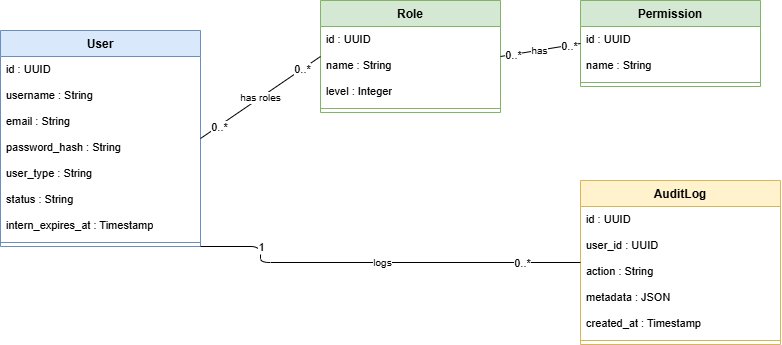
This is images/diagrams/class_s1.png from AsmaDaoussi/report, a draw.io export, as it was before one commit. Source tidied: cells renumbered, new cells last; positions are measured from the earlier drawing's top-left corner, leaving out a move shared by most shapes. Its diagram source:
```xml
<mxGraphModel>
  <root>
    <mxCell id="0" />
    <mxCell id="1" parent="0" />
    <mxCell id="2" value="User" style="swimlane;fontStyle=1;align=center;verticalAlign=top;horizontal=1;startSize=26;fillColor=#dae8fc;strokeColor=#6c8ebf;whiteSpace=wrap;html=1;" parent="1" vertex="1">
      <mxGeometry y="30" width="200" height="216" as="geometry" />
    </mxCell>
    <mxCell id="3" value="id : UUID" style="text;strokeColor=none;fillColor=none;align=left;verticalAlign=top;spacingLeft=4;spacingRight=4;overflow=hidden;whiteSpace=wrap;html=1;fontSize=11;" parent="2" vertex="1">
      <mxGeometry y="26" width="200" height="26" as="geometry" />
    </mxCell>
    <mxCell id="4" value="username : String" style="text;strokeColor=none;fillColor=none;align=left;verticalAlign=top;spacingLeft=4;spacingRight=4;overflow=hidden;whiteSpace=wrap;html=1;fontSize=11;" parent="2" vertex="1">
      <mxGeometry y="52" width="200" height="26" as="geometry" />
    </mxCell>
    <mxCell id="5" value="email : String" style="text;strokeColor=none;fillColor=none;align=left;verticalAlign=top;spacingLeft=4;spacingRight=4;overflow=hidden;whiteSpace=wrap;html=1;fontSize=11;" parent="2" vertex="1">
      <mxGeometry y="78" width="200" height="26" as="geometry" />
    </mxCell>
    <mxCell id="6" value="password_hash : String" style="text;strokeColor=none;fillColor=none;align=left;verticalAlign=top;spacingLeft=4;spacingRight=4;overflow=hidden;whiteSpace=wrap;html=1;fontSize=11;" parent="2" vertex="1">
      <mxGeometry y="104" width="200" height="26" as="geometry" />
    </mxCell>
    <mxCell id="7" value="user_type : String" style="text;strokeColor=none;fillColor=none;align=left;verticalAlign=top;spacingLeft=4;spacingRight=4;overflow=hidden;whiteSpace=wrap;html=1;fontSize=11;" parent="2" vertex="1">
      <mxGeometry y="130" width="200" height="26" as="geometry" />
    </mxCell>
    <mxCell id="8" value="status : String" style="text;strokeColor=none;fillColor=none;align=left;verticalAlign=top;spacingLeft=4;spacingRight=4;overflow=hidden;whiteSpace=wrap;html=1;fontSize=11;" parent="2" vertex="1">
      <mxGeometry y="156" width="200" height="26" as="geometry" />
    </mxCell>
    <mxCell id="9" value="intern_expires_at : Timestamp" style="text;strokeColor=none;fillColor=none;align=left;verticalAlign=top;spacingLeft=4;spacingRight=4;overflow=hidden;points=[[0,0.5],[1,0.5]];portConstraint=eastwest;whiteSpace=wrap;html=1;fontSize=11;" parent="2" vertex="1">
      <mxGeometry y="182" width="200" height="26" as="geometry" />
    </mxCell>
    <mxCell id="10" style="line;strokeWidth=1;fillColor=none;align=left;verticalAlign=middle;spacingTop=-1;spacingLeft=3;spacingRight=3;labelPosition=right;strokeColor=inherit;" parent="2" vertex="1">
      <mxGeometry y="208" width="200" height="8" as="geometry" />
    </mxCell>
    <mxCell id="11" value="Role" style="swimlane;fontStyle=1;align=center;verticalAlign=top;horizontal=1;startSize=26;fillColor=#d5e8d4;strokeColor=#82b366;whiteSpace=wrap;html=1;" parent="1" vertex="1">
      <mxGeometry x="320" width="180" height="112" as="geometry" />
    </mxCell>
    <mxCell id="12" value="id : UUID" style="text;strokeColor=none;fillColor=none;align=left;verticalAlign=top;spacingLeft=4;spacingRight=4;overflow=hidden;whiteSpace=wrap;html=1;fontSize=11;" parent="11" vertex="1">
      <mxGeometry y="26" width="180" height="26" as="geometry" />
    </mxCell>
    <mxCell id="13" value="name : String" style="text;strokeColor=none;fillColor=none;align=left;verticalAlign=top;spacingLeft=4;spacingRight=4;overflow=hidden;whiteSpace=wrap;html=1;fontSize=11;" parent="11" vertex="1">
      <mxGeometry y="52" width="180" height="26" as="geometry" />
    </mxCell>
    <mxCell id="14" value="level : Integer" style="text;strokeColor=none;fillColor=none;align=left;verticalAlign=top;spacingLeft=4;spacingRight=4;overflow=hidden;whiteSpace=wrap;html=1;fontSize=11;" parent="11" vertex="1">
      <mxGeometry y="78" width="180" height="26" as="geometry" />
    </mxCell>
    <mxCell id="15" style="line;strokeWidth=1;fillColor=none;align=left;verticalAlign=middle;spacingTop=-1;spacingLeft=3;spacingRight=3;labelPosition=right;strokeColor=inherit;" parent="11" vertex="1">
      <mxGeometry y="104" width="180" height="8" as="geometry" />
    </mxCell>
    <mxCell id="16" value="Permission" style="swimlane;fontStyle=1;align=center;verticalAlign=top;horizontal=1;startSize=26;fillColor=#d5e8d4;strokeColor=#82b366;whiteSpace=wrap;html=1;" parent="1" vertex="1">
      <mxGeometry x="580" width="180" height="86" as="geometry" />
    </mxCell>
    <mxCell id="17" value="id : UUID" style="text;strokeColor=none;fillColor=none;align=left;verticalAlign=top;spacingLeft=4;spacingRight=4;overflow=hidden;whiteSpace=wrap;html=1;fontSize=11;" parent="16" vertex="1">
      <mxGeometry y="26" width="180" height="26" as="geometry" />
    </mxCell>
    <mxCell id="18" value="name : String" style="text;strokeColor=none;fillColor=none;align=left;verticalAlign=top;spacingLeft=4;spacingRight=4;overflow=hidden;whiteSpace=wrap;html=1;fontSize=11;" parent="16" vertex="1">
      <mxGeometry y="52" width="180" height="26" as="geometry" />
    </mxCell>
    <mxCell id="19" style="line;strokeWidth=1;fillColor=none;align=left;verticalAlign=middle;spacingTop=-1;spacingLeft=3;spacingRight=3;labelPosition=right;strokeColor=inherit;" parent="16" vertex="1">
      <mxGeometry y="78" width="180" height="8" as="geometry" />
    </mxCell>
    <mxCell id="20" value="AuditLog" style="swimlane;fontStyle=1;align=center;verticalAlign=top;horizontal=1;startSize=26;fillColor=#fff2cc;strokeColor=#d6b656;whiteSpace=wrap;html=1;" parent="1" vertex="1">
      <mxGeometry x="580" y="180" width="200" height="164" as="geometry" />
    </mxCell>
    <mxCell id="21" value="id : UUID" style="text;strokeColor=none;fillColor=none;align=left;verticalAlign=top;spacingLeft=4;spacingRight=4;overflow=hidden;whiteSpace=wrap;html=1;fontSize=11;" parent="20" vertex="1">
      <mxGeometry y="26" width="200" height="26" as="geometry" />
    </mxCell>
    <mxCell id="22" value="user_id : UUID" style="text;strokeColor=none;fillColor=none;align=left;verticalAlign=top;spacingLeft=4;spacingRight=4;overflow=hidden;whiteSpace=wrap;html=1;fontSize=11;" parent="20" vertex="1">
      <mxGeometry y="52" width="200" height="26" as="geometry" />
    </mxCell>
    <mxCell id="23" value="action : String" style="text;strokeColor=none;fillColor=none;align=left;verticalAlign=top;spacingLeft=4;spacingRight=4;overflow=hidden;whiteSpace=wrap;html=1;fontSize=11;" parent="20" vertex="1">
      <mxGeometry y="78" width="200" height="26" as="geometry" />
    </mxCell>
    <mxCell id="24" value="metadata : JSON" style="text;strokeColor=none;fillColor=none;align=left;verticalAlign=top;spacingLeft=4;spacingRight=4;overflow=hidden;whiteSpace=wrap;html=1;fontSize=11;" parent="20" vertex="1">
      <mxGeometry y="104" width="200" height="26" as="geometry" />
    </mxCell>
    <mxCell id="25" value="created_at : Timestamp" style="text;strokeColor=none;fillColor=none;align=left;verticalAlign=top;spacingLeft=4;spacingRight=4;overflow=hidden;whiteSpace=wrap;html=1;fontSize=11;" parent="20" vertex="1">
      <mxGeometry y="130" width="200" height="26" as="geometry" />
    </mxCell>
    <mxCell id="26" style="line;strokeWidth=1;fillColor=none;align=left;verticalAlign=middle;spacingTop=-1;spacingLeft=3;spacingRight=3;labelPosition=right;strokeColor=inherit;" parent="20" vertex="1">
      <mxGeometry y="156" width="200" height="8" as="geometry" />
    </mxCell>
    <mxCell id="27" value="has roles" style="endArrow=none;startArrow=none;html=1;fontSize=10;exitX=1;exitY=0.5;entryX=0;entryY=0.5;" parent="1" edge="1" source="2" target="11">
      <mxGeometry relative="1" as="geometry" />
    </mxCell>
    <mxCell id="28" value="0..*" style="edgeLabel;html=1;align=center;verticalAlign=middle;fontSize=11;" parent="27" vertex="1">
      <mxGeometry x="-0.7" relative="1" as="geometry" />
    </mxCell>
    <mxCell id="29" value="0..*" style="edgeLabel;html=1;align=center;verticalAlign=middle;fontSize=11;" parent="27" vertex="1">
      <mxGeometry x="0.7" relative="1" as="geometry" />
    </mxCell>
    <mxCell id="30" value="has" style="endArrow=none;startArrow=none;html=1;fontSize=10;exitX=1;exitY=0.5;entryX=0;entryY=0.5;" parent="1" edge="1" source="11" target="16">
      <mxGeometry relative="1" as="geometry" />
    </mxCell>
    <mxCell id="31" value="0..*" style="edgeLabel;html=1;align=center;verticalAlign=middle;fontSize=11;" parent="30" vertex="1">
      <mxGeometry x="-0.7" relative="1" as="geometry" />
    </mxCell>
    <mxCell id="32" value="0..*" style="edgeLabel;html=1;align=center;verticalAlign=middle;fontSize=11;" parent="30" vertex="1">
      <mxGeometry x="0.7" relative="1" as="geometry" />
    </mxCell>
    <mxCell id="33" value="logs" style="endArrow=none;startArrow=none;html=1;fontSize=10;exitX=1;exitY=1;entryX=0;entryY=0.5;" parent="1" edge="1" source="2" target="20">
      <mxGeometry relative="1" as="geometry">
        <Array as="points">
          <mxPoint x="260" y="246" />
          <mxPoint x="260" y="262" />
        </Array>
      </mxGeometry>
    </mxCell>
    <mxCell id="34" value="1" style="edgeLabel;html=1;align=center;verticalAlign=middle;fontSize=11;" parent="33" vertex="1">
      <mxGeometry x="-0.7" relative="1" as="geometry" />
    </mxCell>
    <mxCell id="35" value="0..*" style="edgeLabel;html=1;align=center;verticalAlign=middle;fontSize=11;" parent="33" vertex="1">
      <mxGeometry x="0.7" relative="1" as="geometry" />
    </mxCell>
  </root>
</mxGraphModel>
```
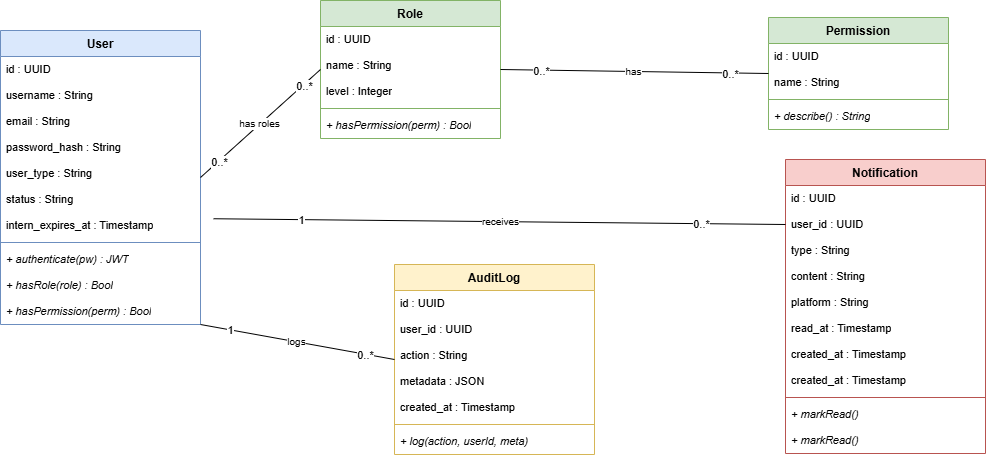
Above is the later version.

Diff of the diagram source:
```diff
@@ -3,7 +3,7 @@
     <mxCell id="0" />
     <mxCell id="1" parent="0" />
     <mxCell id="2" value="User" style="swimlane;fontStyle=1;align=center;verticalAlign=top;horizontal=1;startSize=26;fillColor=#dae8fc;strokeColor=#6c8ebf;whiteSpace=wrap;html=1;" parent="1" vertex="1">
-      <mxGeometry y="30" width="200" height="216" as="geometry" />
+      <mxGeometry y="30" width="200" height="294" as="geometry" />
     </mxCell>
     <mxCell id="3" value="id : UUID" style="text;strokeColor=none;fillColor=none;align=left;verticalAlign=top;spacingLeft=4;spacingRight=4;overflow=hidden;whiteSpace=wrap;html=1;fontSize=11;" parent="2" vertex="1">
       <mxGeometry y="26" width="200" height="26" as="geometry" />
@@ -29,8 +29,17 @@
     <mxCell id="10" style="line;strokeWidth=1;fillColor=none;align=left;verticalAlign=middle;spacingTop=-1;spacingLeft=3;spacingRight=3;labelPosition=right;strokeColor=inherit;" parent="2" vertex="1">
       <mxGeometry y="208" width="200" height="8" as="geometry" />
     </mxCell>
+    <mxCell id="36" value="+ authenticate(pw) : JWT" style="text;strokeColor=none;fillColor=none;align=left;verticalAlign=top;spacingLeft=4;spacingRight=4;overflow=hidden;whiteSpace=wrap;html=1;fontSize=11;fontStyle=2;" parent="2" vertex="1">
+      <mxGeometry y="216" width="200" height="26" as="geometry" />
+    </mxCell>
+    <mxCell id="37" value="+ hasRole(role) : Bool" style="text;strokeColor=none;fillColor=none;align=left;verticalAlign=top;spacingLeft=4;spacingRight=4;overflow=hidden;whiteSpace=wrap;html=1;fontSize=11;fontStyle=2;" parent="2" vertex="1">
+      <mxGeometry y="242" width="200" height="26" as="geometry" />
+    </mxCell>
+    <mxCell id="38" value="+ hasPermission(perm) : Bool" style="text;strokeColor=none;fillColor=none;align=left;verticalAlign=top;spacingLeft=4;spacingRight=4;overflow=hidden;whiteSpace=wrap;html=1;fontSize=11;fontStyle=2;" parent="2" vertex="1">
+      <mxGeometry y="268" width="200" height="26" as="geometry" />
+    </mxCell>
     <mxCell id="11" value="Role" style="swimlane;fontStyle=1;align=center;verticalAlign=top;horizontal=1;startSize=26;fillColor=#d5e8d4;strokeColor=#82b366;whiteSpace=wrap;html=1;" parent="1" vertex="1">
-      <mxGeometry x="320" width="180" height="112" as="geometry" />
+      <mxGeometry x="320" width="180" height="138" as="geometry" />
     </mxCell>
     <mxCell id="12" value="id : UUID" style="text;strokeColor=none;fillColor=none;align=left;verticalAlign=top;spacingLeft=4;spacingRight=4;overflow=hidden;whiteSpace=wrap;html=1;fontSize=11;" parent="11" vertex="1">
       <mxGeometry y="26" width="180" height="26" as="geometry" />
@@ -44,8 +53,11 @@
     <mxCell id="15" style="line;strokeWidth=1;fillColor=none;align=left;verticalAlign=middle;spacingTop=-1;spacingLeft=3;spacingRight=3;labelPosition=right;strokeColor=inherit;" parent="11" vertex="1">
       <mxGeometry y="104" width="180" height="8" as="geometry" />
     </mxCell>
+    <mxCell id="39" value="+ hasPermission(perm) : Bool" style="text;strokeColor=none;fillColor=none;align=left;verticalAlign=top;spacingLeft=4;spacingRight=4;overflow=hidden;whiteSpace=wrap;html=1;fontSize=11;fontStyle=2;" parent="11" vertex="1">
+      <mxGeometry y="112" width="180" height="26" as="geometry" />
+    </mxCell>
     <mxCell id="16" value="Permission" style="swimlane;fontStyle=1;align=center;verticalAlign=top;horizontal=1;startSize=26;fillColor=#d5e8d4;strokeColor=#82b366;whiteSpace=wrap;html=1;" parent="1" vertex="1">
-      <mxGeometry x="580" width="180" height="86" as="geometry" />
+      <mxGeometry x="768" y="17" width="180" height="112" as="geometry" />
     </mxCell>
     <mxCell id="17" value="id : UUID" style="text;strokeColor=none;fillColor=none;align=left;verticalAlign=top;spacingLeft=4;spacingRight=4;overflow=hidden;whiteSpace=wrap;html=1;fontSize=11;" parent="16" vertex="1">
       <mxGeometry y="26" width="180" height="26" as="geometry" />
@@ -56,8 +68,11 @@
     <mxCell id="19" style="line;strokeWidth=1;fillColor=none;align=left;verticalAlign=middle;spacingTop=-1;spacingLeft=3;spacingRight=3;labelPosition=right;strokeColor=inherit;" parent="16" vertex="1">
       <mxGeometry y="78" width="180" height="8" as="geometry" />
     </mxCell>
+    <mxCell id="40" value="+ describe() : String" style="text;strokeColor=none;fillColor=none;align=left;verticalAlign=top;spacingLeft=4;spacingRight=4;overflow=hidden;whiteSpace=wrap;html=1;fontSize=11;fontStyle=2;" parent="16" vertex="1">
+      <mxGeometry y="86" width="180" height="26" as="geometry" />
+    </mxCell>
     <mxCell id="20" value="AuditLog" style="swimlane;fontStyle=1;align=center;verticalAlign=top;horizontal=1;startSize=26;fillColor=#fff2cc;strokeColor=#d6b656;whiteSpace=wrap;html=1;" parent="1" vertex="1">
-      <mxGeometry x="580" y="180" width="200" height="164" as="geometry" />
+      <mxGeometry x="394" y="264" width="200" height="190" as="geometry" />
     </mxCell>
     <mxCell id="21" value="id : UUID" style="text;strokeColor=none;fillColor=none;align=left;verticalAlign=top;spacingLeft=4;spacingRight=4;overflow=hidden;whiteSpace=wrap;html=1;fontSize=11;" parent="20" vertex="1">
       <mxGeometry y="26" width="200" height="26" as="geometry" />
@@ -77,6 +92,45 @@
     <mxCell id="26" style="line;strokeWidth=1;fillColor=none;align=left;verticalAlign=middle;spacingTop=-1;spacingLeft=3;spacingRight=3;labelPosition=right;strokeColor=inherit;" parent="20" vertex="1">
       <mxGeometry y="156" width="200" height="8" as="geometry" />
     </mxCell>
+    <mxCell id="41" value="+ log(action, userId, meta)" style="text;strokeColor=none;fillColor=none;align=left;verticalAlign=top;spacingLeft=4;spacingRight=4;overflow=hidden;whiteSpace=wrap;html=1;fontSize=11;fontStyle=2;" parent="20" vertex="1">
+      <mxGeometry y="164" width="200" height="26" as="geometry" />
+    </mxCell>
+    <mxCell id="42" value="Notification" style="swimlane;fontStyle=1;align=center;verticalAlign=top;horizontal=1;startSize=26;fillColor=#f8cecc;strokeColor=#b85450;whiteSpace=wrap;html=1;" parent="1" vertex="1">
+      <mxGeometry x="785" y="159" width="200" height="294" as="geometry" />
+    </mxCell>
+    <mxCell id="43" value="id : UUID" style="text;strokeColor=none;fillColor=none;align=left;verticalAlign=top;spacingLeft=4;spacingRight=4;overflow=hidden;whiteSpace=wrap;html=1;fontSize=11;" parent="42" vertex="1">
+      <mxGeometry y="26" width="200" height="26" as="geometry" />
+    </mxCell>
+    <mxCell id="44" value="user_id : UUID" style="text;strokeColor=none;fillColor=none;align=left;verticalAlign=top;spacingLeft=4;spacingRight=4;overflow=hidden;points=[[0,0.5],[1,0.5]];portConstraint=eastwest;whiteSpace=wrap;html=1;fontSize=11;" parent="42" vertex="1">
+      <mxGeometry y="52" width="200" height="26" as="geometry" />
+    </mxCell>
+    <mxCell id="45" value="type : String" style="text;strokeColor=none;fillColor=none;align=left;verticalAlign=top;spacingLeft=4;spacingRight=4;overflow=hidden;whiteSpace=wrap;html=1;fontSize=11;" parent="42" vertex="1">
+      <mxGeometry y="78" width="200" height="26" as="geometry" />
+    </mxCell>
+    <mxCell id="46" value="content : String" style="text;strokeColor=none;fillColor=none;align=left;verticalAlign=top;spacingLeft=4;spacingRight=4;overflow=hidden;whiteSpace=wrap;html=1;fontSize=11;" parent="42" vertex="1">
+      <mxGeometry y="104" width="200" height="26" as="geometry" />
+    </mxCell>
+    <mxCell id="47" value="platform : String" style="text;strokeColor=none;fillColor=none;align=left;verticalAlign=top;spacingLeft=4;spacingRight=4;overflow=hidden;whiteSpace=wrap;html=1;fontSize=11;" parent="42" vertex="1">
+      <mxGeometry y="130" width="200" height="26" as="geometry" />
+    </mxCell>
+    <mxCell id="48" value="read_at : Timestamp" style="text;strokeColor=none;fillColor=none;align=left;verticalAlign=top;spacingLeft=4;spacingRight=4;overflow=hidden;whiteSpace=wrap;html=1;fontSize=11;" parent="42" vertex="1">
+      <mxGeometry y="156" width="200" height="26" as="geometry" />
+    </mxCell>
+    <mxCell id="49" value="created_at : Timestamp" style="text;strokeColor=none;fillColor=none;align=left;verticalAlign=top;spacingLeft=4;spacingRight=4;overflow=hidden;whiteSpace=wrap;html=1;fontSize=11;" parent="42" vertex="1">
+      <mxGeometry y="182" width="200" height="26" as="geometry" />
+    </mxCell>
+    <mxCell id="50" value="created_at : Timestamp" style="text;strokeColor=none;fillColor=none;align=left;verticalAlign=top;spacingLeft=4;spacingRight=4;overflow=hidden;whiteSpace=wrap;html=1;fontSize=11;" parent="42" vertex="1">
+      <mxGeometry y="208" width="200" height="26" as="geometry" />
+    </mxCell>
+    <mxCell id="51" style="line;strokeWidth=1;fillColor=none;align=left;verticalAlign=middle;spacingTop=-1;spacingLeft=3;spacingRight=3;labelPosition=right;strokeColor=inherit;" parent="42" vertex="1">
+      <mxGeometry y="234" width="200" height="8" as="geometry" />
+    </mxCell>
+    <mxCell id="52" value="+ markRead()" style="text;strokeColor=none;fillColor=none;align=left;verticalAlign=top;spacingLeft=4;spacingRight=4;overflow=hidden;whiteSpace=wrap;html=1;fontSize=11;fontStyle=2;" parent="42" vertex="1">
+      <mxGeometry y="242" width="200" height="26" as="geometry" />
+    </mxCell>
+    <mxCell id="53" value="+ markRead()" style="text;strokeColor=none;fillColor=none;align=left;verticalAlign=top;spacingLeft=4;spacingRight=4;overflow=hidden;whiteSpace=wrap;html=1;fontSize=11;fontStyle=2;" parent="42" vertex="1">
+      <mxGeometry y="268" width="200" height="26" as="geometry" />
+    </mxCell>
     <mxCell id="27" value="has roles" style="endArrow=none;startArrow=none;html=1;fontSize=10;exitX=1;exitY=0.5;entryX=0;entryY=0.5;" parent="1" edge="1" source="2" target="11">
       <mxGeometry relative="1" as="geometry" />
     </mxCell>
@@ -96,12 +150,7 @@
       <mxGeometry x="0.7" relative="1" as="geometry" />
     </mxCell>
     <mxCell id="33" value="logs" style="endArrow=none;startArrow=none;html=1;fontSize=10;exitX=1;exitY=1;entryX=0;entryY=0.5;" parent="1" edge="1" source="2" target="20">
-      <mxGeometry relative="1" as="geometry">
-        <Array as="points">
-          <mxPoint x="260" y="246" />
-          <mxPoint x="260" y="262" />
-        </Array>
-      </mxGeometry>
+      <mxGeometry relative="1" as="geometry" />
     </mxCell>
     <mxCell id="34" value="1" style="edgeLabel;html=1;align=center;verticalAlign=middle;fontSize=11;" parent="33" vertex="1">
       <mxGeometry x="-0.7" relative="1" as="geometry" />
@@ -109,5 +158,14 @@
     <mxCell id="35" value="0..*" style="edgeLabel;html=1;align=center;verticalAlign=middle;fontSize=11;" parent="33" vertex="1">
       <mxGeometry x="0.7" relative="1" as="geometry" />
     </mxCell>
+    <mxCell id="54" value="&lt;span style=&quot;color: rgb(0, 0, 0);&quot;&gt;receives&lt;/span&gt;" style="endArrow=none;startArrow=none;html=1;fontSize=10;exitX=1.065;exitY=0.24;entryX=0;entryY=0.5;exitDx=0;exitDy=0;exitPerimeter=0;entryDx=0;entryDy=0;" parent="1" edge="1" source="9" target="44">
+      <mxGeometry relative="1" as="geometry" />
+    </mxCell>
+    <mxCell id="55" value="1" style="edgeLabel;html=1;align=center;verticalAlign=middle;fontSize=11;" parent="54" vertex="1">
+      <mxGeometry x="-0.7" relative="1" as="geometry" />
+    </mxCell>
+    <mxCell id="56" value="0..*" style="edgeLabel;html=1;align=center;verticalAlign=middle;fontSize=11;" parent="54" vertex="1">
+      <mxGeometry x="0.7" relative="1" as="geometry" />
+    </mxCell>
   </root>
 </mxGraphModel>
```
